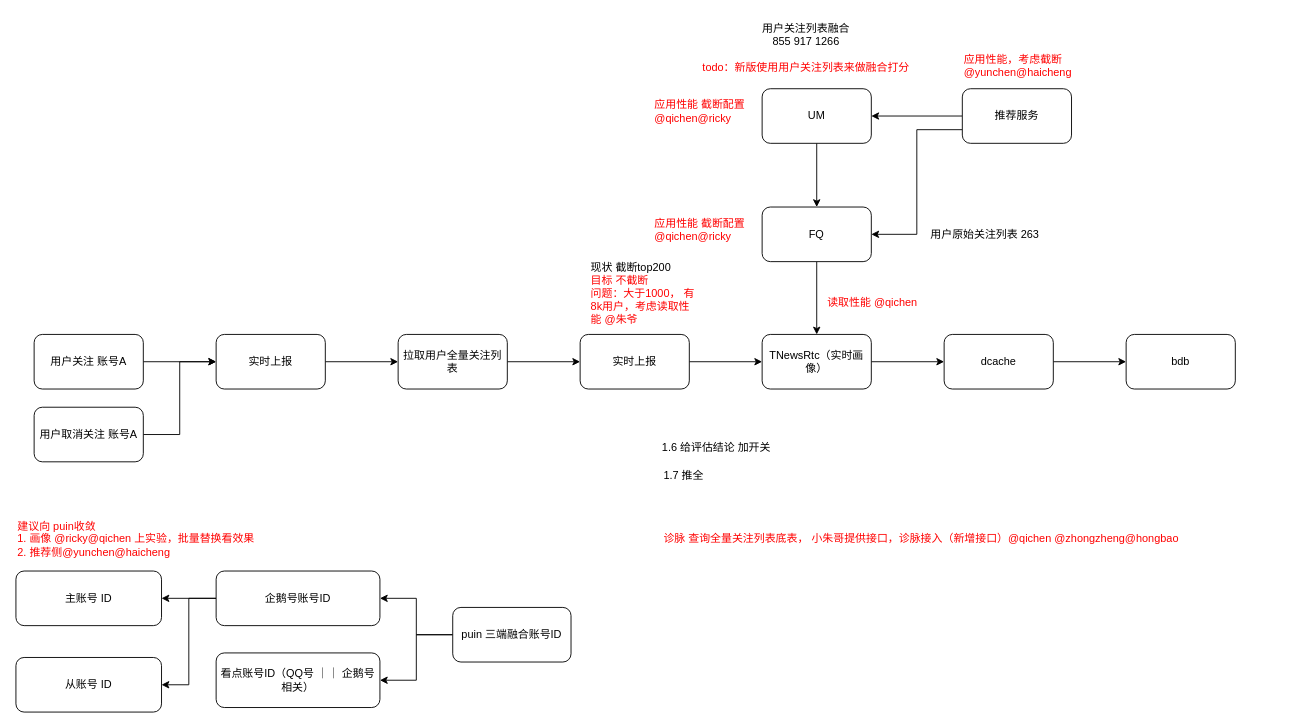
Before: 账号上报.drawio in hashyong/drawio, a draw.io diagram. Source tidied: cells renumbered, new cells numbered last; positions are measured from the earlier drawing's top-left corner, leaving out a move shared by most shapes. Both pictures are drawn from the tidied source at 91%, with x=0, y=0 at pixel (15, 15).
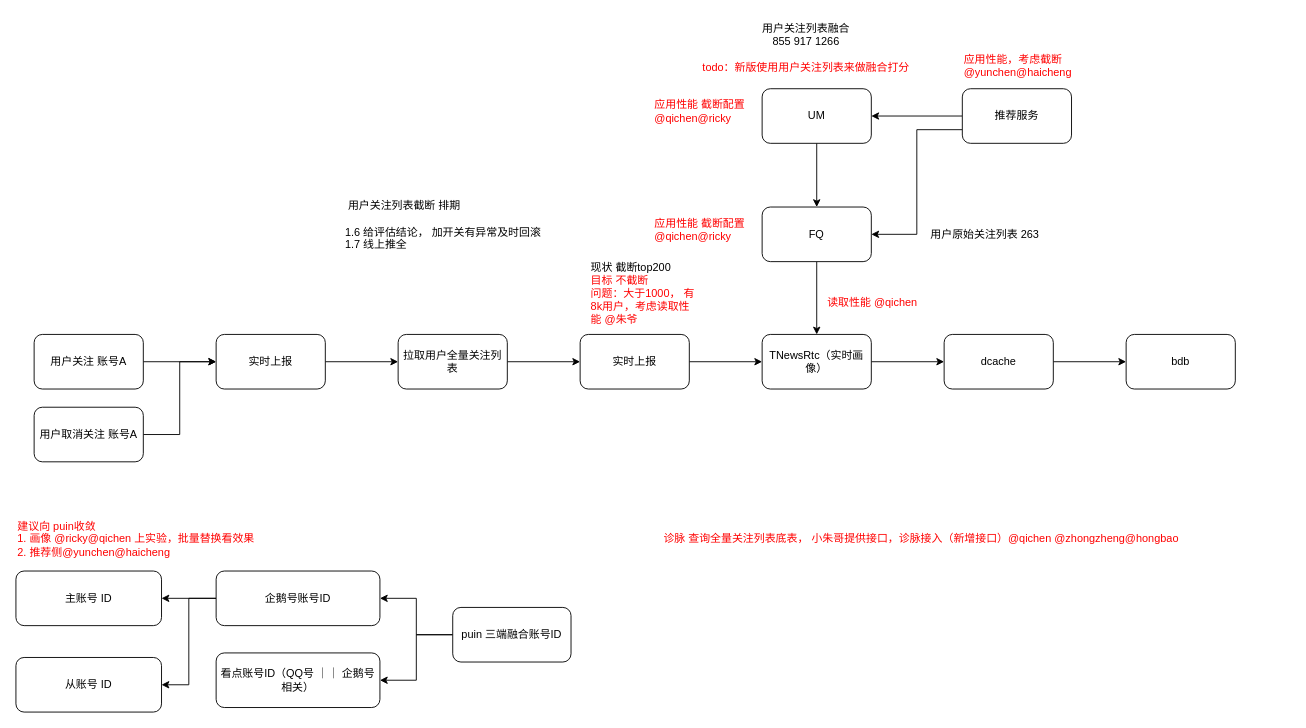
The same diagram, later.

Commit message (it also covers changes not shown here):
更新账号上报.drawio

Change to the diagram source:
```diff
@@
-    <mxCell id="30" value="1.6 给评估结论 加开关" style="text;html=1;align=center;verticalAlign=middle;whiteSpace=wrap;rounded=0;" parent="1" vertex="1">
-      <mxGeometry x="700" y="460" width="140" height="30" as="geometry" />
+    <mxCell id="30" value="&lt;div&gt;&amp;nbsp;用户关注列表截断 排期&lt;/div&gt;&lt;div style=&quot;&quot;&gt;&lt;br&gt;&lt;/div&gt;&lt;div style=&quot;&quot;&gt;1.6 给评估结论， 加开关有异常及时回滚&lt;/div&gt;&lt;div style=&quot;&quot;&gt;1.7 线上推全&lt;/div&gt;" style="text;html=1;align=left;verticalAlign=middle;whiteSpace=wrap;rounded=0;" parent="1" vertex="1">
+      <mxGeometry x="360" y="170" width="250" height="120" as="geometry" />
     </mxCell>
-    <mxCell id="31" value="1.7 推全" style="text;html=1;align=left;verticalAlign=middle;whiteSpace=wrap;rounded=0;" parent="1" vertex="1">
-      <mxGeometry x="710" y="490" width="140" height="30" as="geometry" />
-    </mxCell>
```
